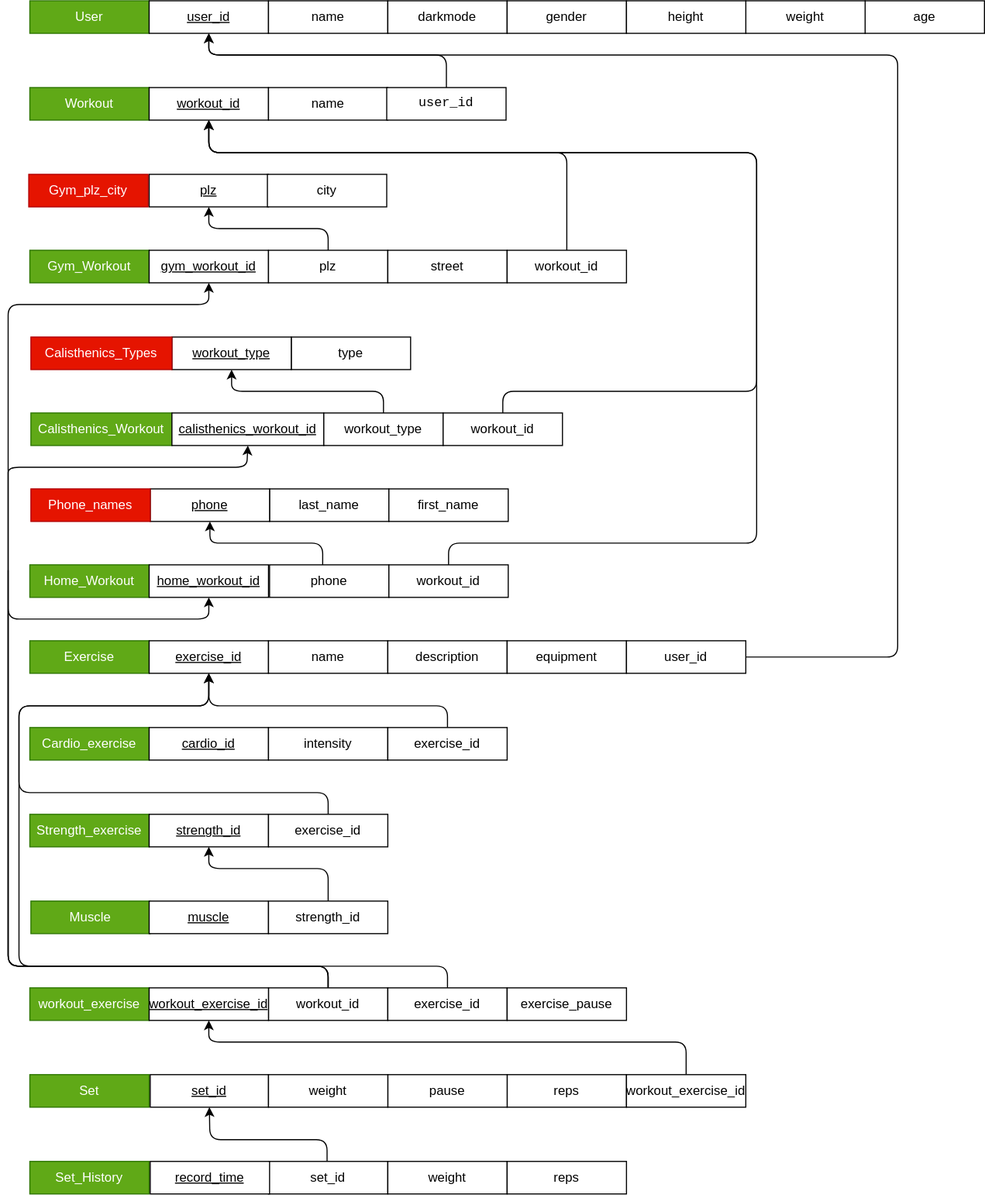
This is 4NF-DataBase-RelationasSchema.drawio.svg from Johannes0220/DatabaseProject, a draw.io export, as it was before one commit. Source tidied: cells renumbered, new cells last; positions are measured from the earlier drawing's top-left corner, leaving out a move shared by most shapes.
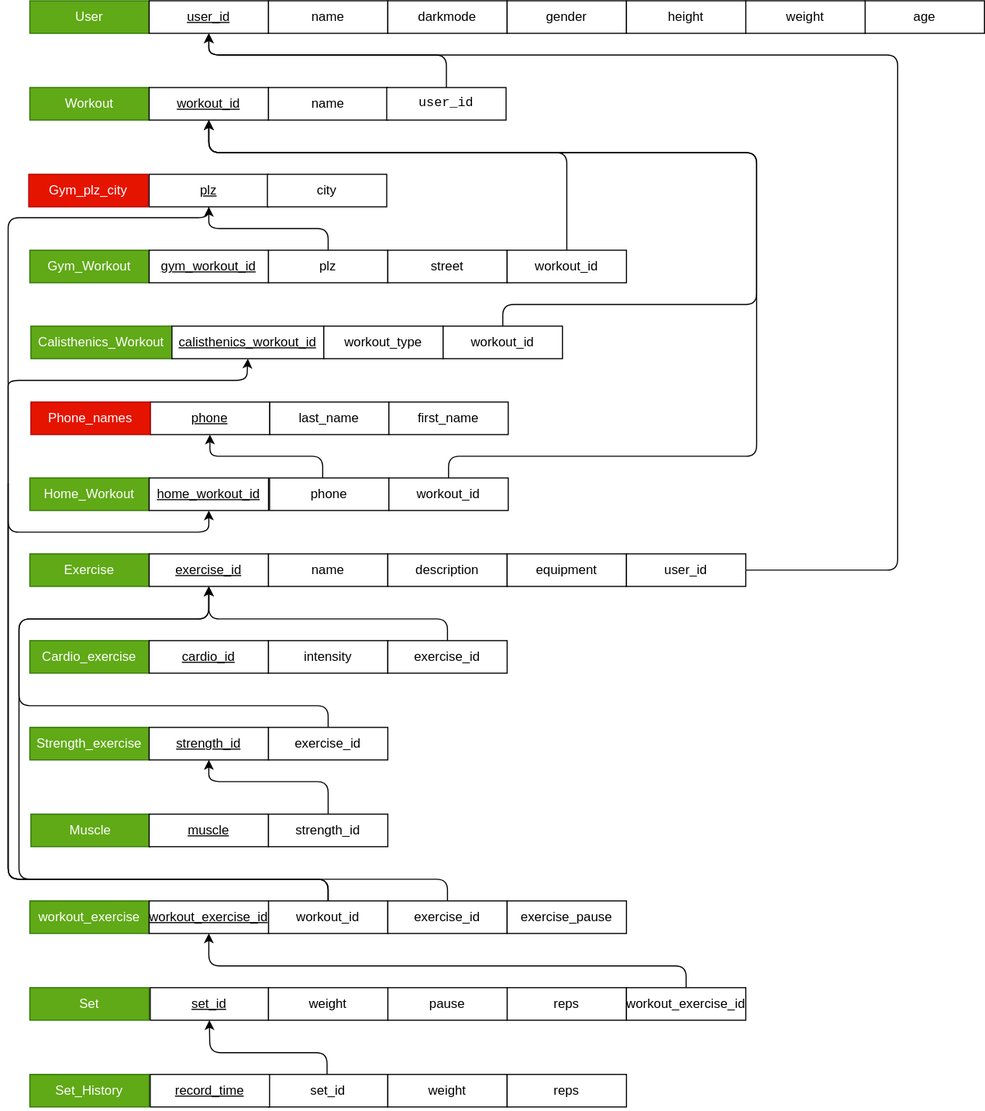
Above is the later version.

Diff of the diagram source:
```diff
@@ -3,48 +3,48 @@
     <mxCell id="0" />
     <mxCell id="1" parent="0" />
     <mxCell id="2" value="User" style="whiteSpace=wrap;html=1;fillColor=#60a917;fontColor=#ffffff;strokeColor=#2D7600;" parent="1" vertex="1">
-      <mxGeometry x="20" width="110" height="30" as="geometry" />
+      <mxGeometry x="20" y="80" width="110" height="30" as="geometry" />
     </mxCell>
     <mxCell id="3" value="user_id" style="whiteSpace=wrap;html=1;fontStyle=4;" parent="1" vertex="1">
-      <mxGeometry x="130" width="110" height="30" as="geometry" />
+      <mxGeometry x="130" y="80" width="110" height="30" as="geometry" />
     </mxCell>
     <mxCell id="4" value="name" style="whiteSpace=wrap;html=1;" parent="1" vertex="1">
-      <mxGeometry x="240" width="110" height="30" as="geometry" />
+      <mxGeometry x="240" y="80" width="110" height="30" as="geometry" />
     </mxCell>
     <mxCell id="5" value="darkmode" style="whiteSpace=wrap;html=1;" parent="1" vertex="1">
-      <mxGeometry x="350" width="110" height="30" as="geometry" />
+      <mxGeometry x="350" y="80" width="110" height="30" as="geometry" />
     </mxCell>
     <mxCell id="6" value="gender" style="whiteSpace=wrap;html=1;" parent="1" vertex="1">
-      <mxGeometry x="460" width="110" height="30" as="geometry" />
+      <mxGeometry x="460" y="80" width="110" height="30" as="geometry" />
     </mxCell>
     <mxCell id="7" value="age" style="whiteSpace=wrap;html=1;" parent="1" vertex="1">
-      <mxGeometry x="790" width="110" height="30" as="geometry" />
+      <mxGeometry x="790" y="80" width="110" height="30" as="geometry" />
     </mxCell>
     <mxCell id="8" value="weight" style="whiteSpace=wrap;html=1;" parent="1" vertex="1">
-      <mxGeometry x="680" width="110" height="30" as="geometry" />
+      <mxGeometry x="680" y="80" width="110" height="30" as="geometry" />
     </mxCell>
     <mxCell id="9" value="height" style="whiteSpace=wrap;html=1;" parent="1" vertex="1">
-      <mxGeometry x="570" width="110" height="30" as="geometry" />
+      <mxGeometry x="570" y="80" width="110" height="30" as="geometry" />
     </mxCell>
     <mxCell id="10" value="Workout" style="whiteSpace=wrap;html=1;fillColor=#60a917;fontColor=#ffffff;strokeColor=#2D7600;" parent="1" vertex="1">
-      <mxGeometry x="20" y="80" width="110" height="30" as="geometry" />
+      <mxGeometry x="20" y="160" width="110" height="30" as="geometry" />
     </mxCell>
     <mxCell id="11" value="&lt;u&gt;workout_id&lt;/u&gt;" style="whiteSpace=wrap;html=1;" parent="1" vertex="1">
-      <mxGeometry x="130" y="80" width="110" height="30" as="geometry" />
+      <mxGeometry x="130" y="160" width="110" height="30" as="geometry" />
     </mxCell>
     <mxCell id="12" value="name" style="whiteSpace=wrap;html=1;" parent="1" vertex="1">
-      <mxGeometry x="240" y="80" width="110" height="30" as="geometry" />
+      <mxGeometry x="240" y="160" width="110" height="30" as="geometry" />
     </mxCell>
     <mxCell id="13" style="edgeStyle=none;html=1;exitX=0.5;exitY=0;exitDx=0;exitDy=0;entryX=0.5;entryY=1;entryDx=0;entryDy=0;" parent="1" edge="1" source="14" target="3">
       <mxGeometry relative="1" as="geometry">
         <Array as="points">
-          <mxPoint x="404" y="50" />
-          <mxPoint x="185" y="50" />
+          <mxPoint x="404" y="130" />
+          <mxPoint x="185" y="130" />
         </Array>
       </mxGeometry>
     </mxCell>
     <mxCell id="14" value="&lt;pre&gt;user_id&lt;/pre&gt;" style="whiteSpace=wrap;html=1;" parent="1" vertex="1">
-      <mxGeometry x="349" y="80" width="110" height="30" as="geometry" />
+      <mxGeometry x="349" y="160" width="110" height="30" as="geometry" />
     </mxCell>
     <mxCell id="15" value="Exercise" style="whiteSpace=wrap;html=1;fillColor=#60a917;fontColor=#ffffff;strokeColor=#2D7600;" parent="1" vertex="1">
       <mxGeometry x="20" y="590" width="110" height="30" as="geometry" />
@@ -65,11 +65,11 @@
       <mxGeometry relative="1" as="geometry">
         <Array as="points">
           <mxPoint x="820" y="605" />
-          <mxPoint x="820" y="190" />
-          <mxPoint x="820" y="50" />
-          <mxPoint x="670" y="50" />
-          <mxPoint x="400" y="50" />
-          <mxPoint x="185" y="50" />
+          <mxPoint x="820" y="270" />
+          <mxPoint x="820" y="130" />
+          <mxPoint x="670" y="130" />
+          <mxPoint x="400" y="130" />
+          <mxPoint x="185" y="130" />
         </Array>
       </mxGeometry>
     </mxCell>
@@ -101,8 +101,9 @@
         </Array>
       </mxGeometry>
     </mxCell>
-    <mxCell id="25" style="edgeStyle=none;html=1;exitX=0.5;exitY=0;exitDx=0;exitDy=0;entryX=0.5;entryY=1;entryDx=0;entryDy=0;" parent="1" edge="1" source="26" target="44">
+    <mxCell id="25" style="edgeStyle=none;html=1;exitX=0.5;exitY=0;exitDx=0;exitDy=0;entryX=0.5;entryY=1;entryDx=0;entryDy=0;" parent="1" edge="1" source="26">
       <mxGeometry relative="1" as="geometry">
+        <mxPoint x="185" y="260" as="targetPoint" />
         <Array as="points">
           <mxPoint x="295" y="890" />
           <mxPoint y="890" />
@@ -150,8 +151,8 @@
     <mxCell id="35" style="edgeStyle=none;html=1;exitX=0.5;exitY=0;exitDx=0;exitDy=0;entryX=0.5;entryY=1;entryDx=0;entryDy=0;" parent="1" edge="1" source="36" target="29">
       <mxGeometry relative="1" as="geometry">
         <Array as="points">
-          <mxPoint x="625" y="960" />
-          <mxPoint x="185" y="960" />
+          <mxPoint x="625" y="970" />
+          <mxPoint x="185" y="970" />
         </Array>
       </mxGeometry>
     </mxCell>
@@ -183,13 +184,13 @@
       <mxGeometry x="131" y="1070" width="110" height="30" as="geometry" />
     </mxCell>
     <mxCell id="43" value="Gym_Workout" style="whiteSpace=wrap;html=1;fillColor=#60a917;fontColor=#ffffff;strokeColor=#2D7600;" parent="1" vertex="1">
-      <mxGeometry x="20" y="230" width="110" height="30" as="geometry" />
+      <mxGeometry x="20" y="310" width="110" height="30" as="geometry" />
     </mxCell>
     <mxCell id="44" value="&lt;u&gt;gym_workout_id&lt;/u&gt;" style="whiteSpace=wrap;html=1;" parent="1" vertex="1">
-      <mxGeometry x="130" y="230" width="110" height="30" as="geometry" />
+      <mxGeometry x="130" y="310" width="110" height="30" as="geometry" />
     </mxCell>
     <mxCell id="45" value="plz" style="whiteSpace=wrap;html=1;" parent="1" vertex="1">
-      <mxGeometry x="240" y="230" width="110" height="30" as="geometry" />
+      <mxGeometry x="240" y="310" width="110" height="30" as="geometry" />
     </mxCell>
     <mxCell id="46" value="Calisthenics_Workout" style="whiteSpace=wrap;html=1;fillColor=#60a917;fontColor=#ffffff;strokeColor=#2D7600;" parent="1" vertex="1">
       <mxGeometry x="21" y="380" width="130" height="30" as="geometry" />
@@ -207,7 +208,7 @@
       <mxGeometry x="291" y="380" width="110" height="30" as="geometry" />
     </mxCell>
     <mxCell id="51" value="street" style="whiteSpace=wrap;html=1;" parent="1" vertex="1">
-      <mxGeometry x="350" y="230" width="110" height="30" as="geometry" />
+      <mxGeometry x="350" y="310" width="110" height="30" as="geometry" />
     </mxCell>
     <mxCell id="52" value="phone" style="whiteSpace=wrap;html=1;" parent="1" vertex="1">
       <mxGeometry x="241" y="520" width="110" height="30" as="geometry" />
@@ -274,21 +275,21 @@
     <mxCell id="67" style="edgeStyle=none;html=1;exitX=0.5;exitY=0;exitDx=0;exitDy=0;entryX=0.5;entryY=1;entryDx=0;entryDy=0;" parent="1" edge="1" source="68" target="11">
       <mxGeometry relative="1" as="geometry">
         <Array as="points">
-          <mxPoint x="515" y="140" />
-          <mxPoint x="185" y="140" />
+          <mxPoint x="515" y="220" />
+          <mxPoint x="185" y="220" />
         </Array>
       </mxGeometry>
     </mxCell>
     <mxCell id="68" value="workout_id" style="whiteSpace=wrap;html=1;" parent="1" vertex="1">
-      <mxGeometry x="460" y="230" width="110" height="30" as="geometry" />
+      <mxGeometry x="460" y="310" width="110" height="30" as="geometry" />
     </mxCell>
     <mxCell id="69" style="edgeStyle=none;html=1;exitX=0.5;exitY=0;exitDx=0;exitDy=0;entryX=0.5;entryY=1;entryDx=0;entryDy=0;" parent="1" edge="1" source="70" target="11">
       <mxGeometry relative="1" as="geometry">
         <Array as="points">
           <mxPoint x="456" y="360" />
           <mxPoint x="690" y="360" />
-          <mxPoint x="690" y="140" />
-          <mxPoint x="185" y="140" />
+          <mxPoint x="690" y="220" />
+          <mxPoint x="185" y="220" />
         </Array>
       </mxGeometry>
     </mxCell>
@@ -300,9 +301,8 @@
         <Array as="points">
           <mxPoint x="406" y="500" />
           <mxPoint x="690" y="500" />
-          <mxPoint x="690" y="420" />
-          <mxPoint x="690" y="140" />
-          <mxPoint x="185" y="140" />
+          <mxPoint x="690" y="220" />
+          <mxPoint x="185" y="220" />
         </Array>
       </mxGeometry>
     </mxCell>
@@ -319,31 +319,22 @@
       <mxGeometry x="131" y="450" width="110" height="30" as="geometry" />
     </mxCell>
     <mxCell id="76" value="&lt;u&gt;plz&lt;/u&gt;" style="whiteSpace=wrap;html=1;" parent="1" vertex="1">
-      <mxGeometry x="130" y="160" width="110" height="30" as="geometry" />
+      <mxGeometry x="130" y="240" width="110" height="30" as="geometry" />
     </mxCell>
     <mxCell id="77" value="city" style="whiteSpace=wrap;html=1;" parent="1" vertex="1">
-      <mxGeometry x="239" y="160" width="110" height="30" as="geometry" />
+      <mxGeometry x="239" y="240" width="110" height="30" as="geometry" />
     </mxCell>
-    <mxCell id="78" value="type" style="whiteSpace=wrap;html=1;" parent="1" vertex="1">
-      <mxGeometry x="261" y="310" width="110" height="30" as="geometry" />
-    </mxCell>
-    <mxCell id="79" value="&lt;u&gt;workout_type&lt;/u&gt;" style="whiteSpace=wrap;html=1;" parent="1" vertex="1">
-      <mxGeometry x="151" y="310" width="110" height="30" as="geometry" />
-    </mxCell>
     <mxCell id="80" value="Gym_plz_city" style="whiteSpace=wrap;html=1;fillColor=#e51400;fontColor=#ffffff;strokeColor=#B20000;" parent="1" vertex="1">
-      <mxGeometry x="19" y="160" width="110" height="30" as="geometry" />
+      <mxGeometry x="19" y="240" width="110" height="30" as="geometry" />
     </mxCell>
-    <mxCell id="81" value="Calisthenics_Types" style="whiteSpace=wrap;html=1;fillColor=#e51400;fontColor=#ffffff;strokeColor=#B20000;" parent="1" vertex="1">
-      <mxGeometry x="21" y="310" width="130" height="30" as="geometry" />
-    </mxCell>
     <mxCell id="82" value="Phone_names" style="whiteSpace=wrap;html=1;fillColor=#e51400;strokeColor=#B20000;fontColor=#ffffff;" parent="1" vertex="1">
       <mxGeometry x="21" y="450" width="110" height="30" as="geometry" />
     </mxCell>
     <mxCell id="83" style="endArrow=classic;html=1;rounded=1;entryX=0.5;entryY=1;entryDx=0;entryDy=0;exitX=0.5;exitY=0;exitDx=0;exitDy=0;" parent="1" edge="1" source="45" target="76">
       <mxGeometry relative="1" as="geometry">
         <Array as="points">
-          <mxPoint x="295" y="210" />
-          <mxPoint x="185" y="210" />
+          <mxPoint x="295" y="290" />
+          <mxPoint x="185" y="290" />
         </Array>
       </mxGeometry>
     </mxCell>
@@ -356,14 +347,5 @@
         </Array>
       </mxGeometry>
     </mxCell>
-    <mxCell id="85" style="endArrow=classic;html=1;rounded=1;entryX=0.5;entryY=1;entryDx=0;entryDy=0;exitX=0.5;exitY=0;exitDx=0;exitDy=0;" parent="1" edge="1" source="50" target="79">
-      <mxGeometry relative="1" as="geometry">
-        <Array as="points">
-          <mxPoint x="346" y="360" />
-          <mxPoint x="320" y="360" />
-          <mxPoint x="206" y="360" />
-        </Array>
-      </mxGeometry>
-    </mxCell>
   </root>
 </mxGraphModel>
```
